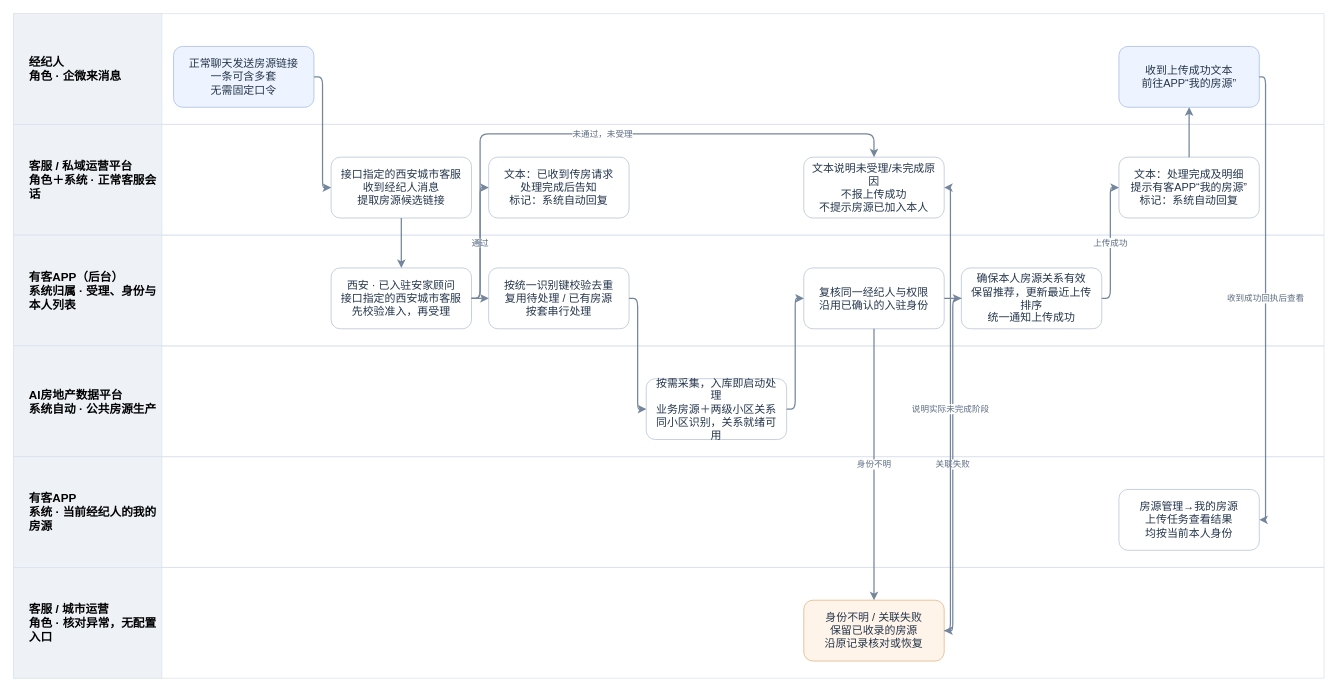
Before: page "企微上传｜客服视角、准入与完成回执" (3 of 3) of B端发房共用资源/V3.0-B端房源上传与管理-角色与系统业务流程.drawio in JZT-AI/ai-real-estate-platform-v3-prototype, a draw.io diagram. Source tidied: cells renumbered, new cells numbered last; positions are measured from the earlier drawing's top-left corner, leaving out a move shared by most shapes. Both pictures are drawn from the tidied source at 78%, with x=0, y=0 at pixel (13, 13).
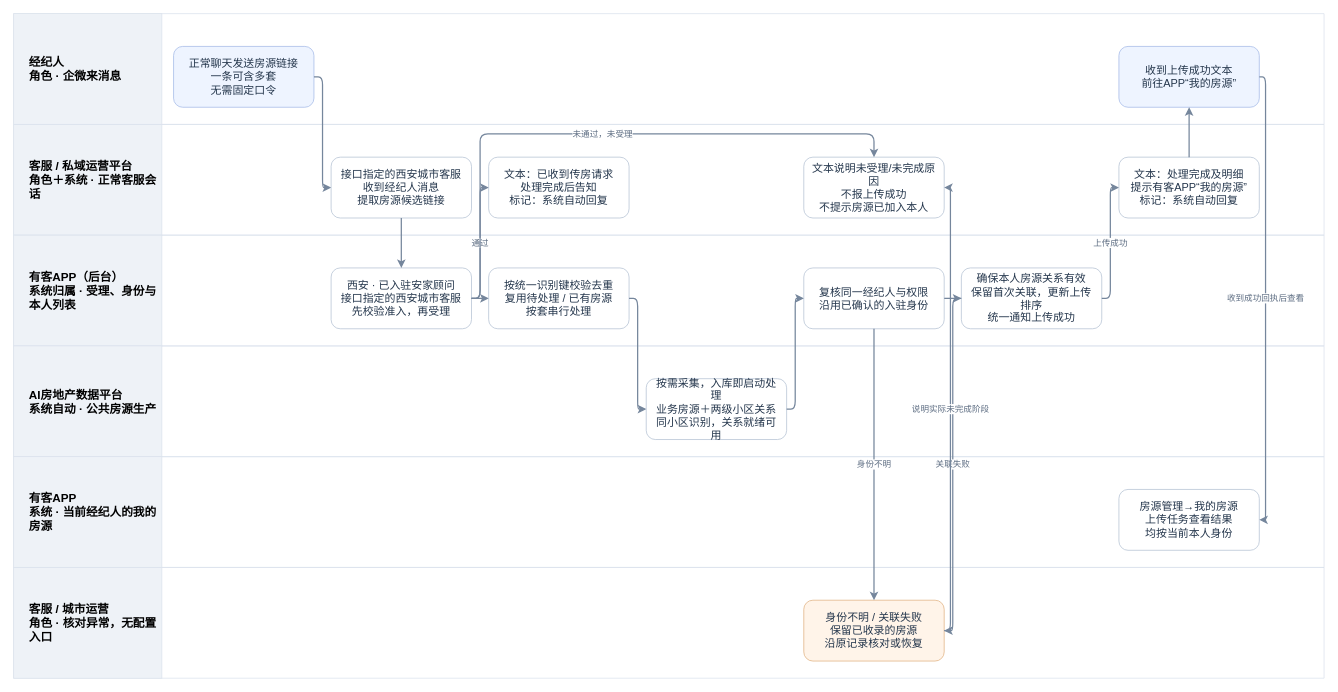
The same diagram, later.

Unchanged cells that the change refers to:
```xml
<mxCell id="6" style="swimlane;horizontal=1;startSize=0;fillColor=#ffffff;strokeColor=#dce3ed;" parent="1" vertex="1">
  <mxGeometry y="284" width="1680" height="142" as="geometry" />
</mxCell>
```

The edit, as a diff of the source:
```diff
@@
-    <mxCell id="21" value="确保本人房源关系有效&lt;br&gt;保留推荐，更新最近上传排序&lt;br&gt;统一通知上传成功" style="rounded=1;whiteSpace=wrap;html=1;fillColor=#fff;strokeColor=#b7c4d5;fontColor=#24364c;fontSize=14;spacing=8;" parent="6" vertex="1">
+    <mxCell id="21" value="确保本人房源关系有效&lt;br&gt;保留首次关联，更新上传排序&lt;br&gt;统一通知上传成功" style="rounded=1;whiteSpace=wrap;html=1;fillColor=#fff;strokeColor=#b7c4d5;fontColor=#24364c;fontSize=14;spacing=8;" parent="6" vertex="1">
       <mxGeometry x="1215" y="42" width="180" height="78" as="geometry" />
     </mxCell>
```
